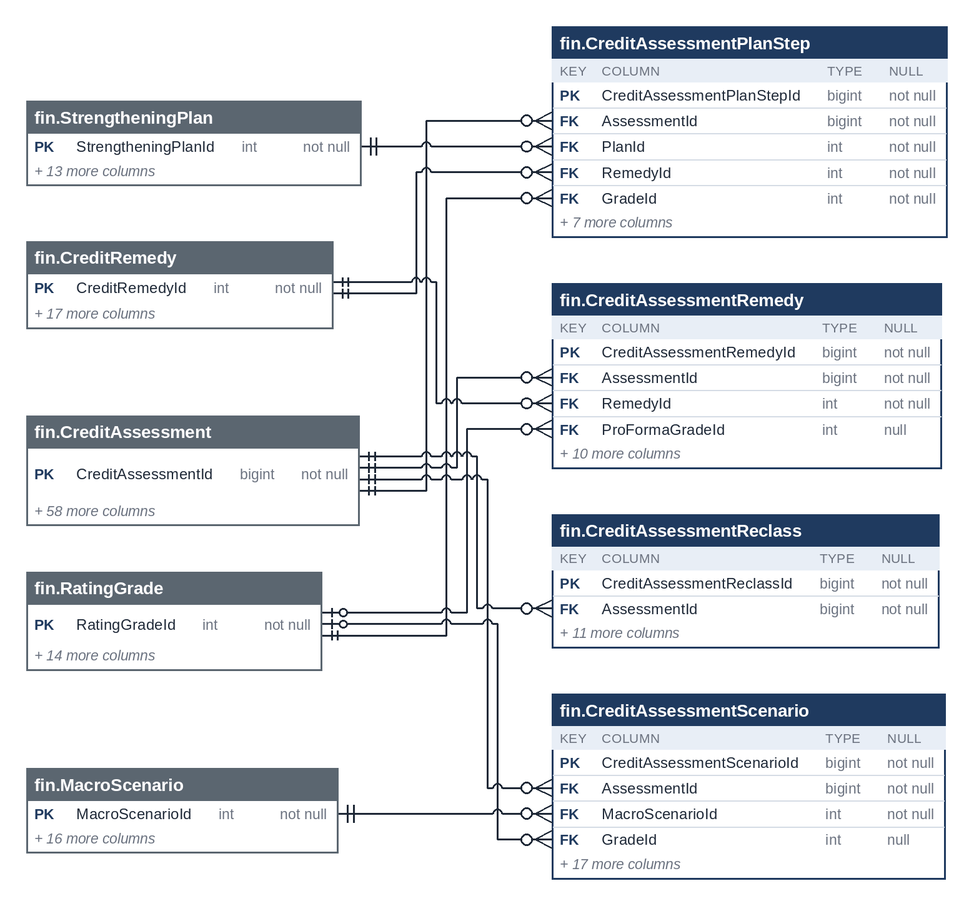
thawrasy/smartlines keeps this Mermaid diagram as treasury-platform/docs/diagrams/erd-en/m5_financials_10.png. Above is the earlier version. Its source is kept beside it as treasury-platform/docs/diagrams/erd/m5_financials_10.mmd.
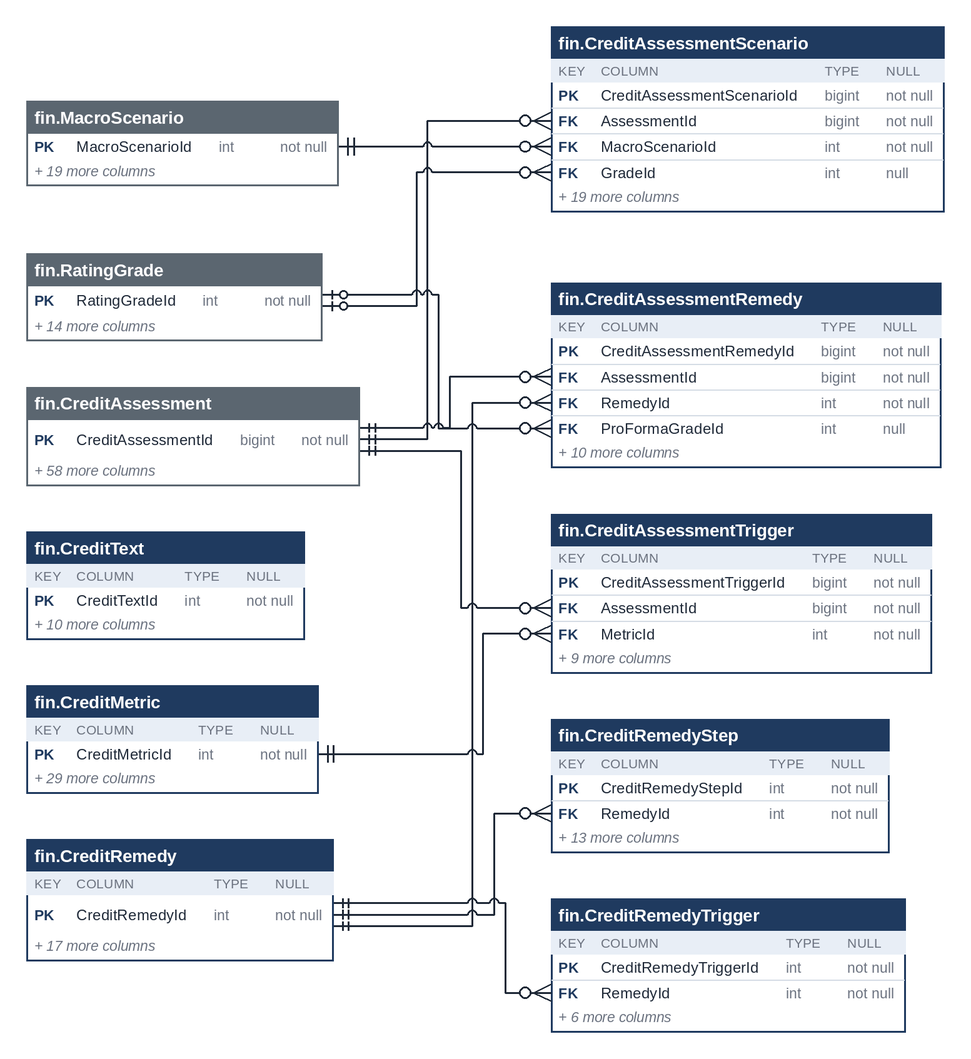
The same diagram one commit later.

Diff of the diagram source:
```diff
@@ -1,4 +1,7 @@
 erDiagram
+  fin_RiskAnchor["fin.RiskAnchor"] {
+    int RiskAnchorId PK
+  }
   fin_Scorecard["fin.Scorecard"] {
     int ScorecardId PK
     int CurrencyId FK
@@ -13,11 +16,5 @@
     int ScorecardId FK
     int MetricId FK
   }
-  fin_ScorecardMetric["fin.ScorecardMetric"] {
-    int ScorecardMetricId PK
-    int ScorecardId FK
-    int MetricId FK
-  }
   fin_Scorecard ||--o{ fin_ScorecardAdjustment : "ScorecardId"
   fin_Scorecard ||--o{ fin_ScorecardItemRule : "ScorecardId"
-  fin_Scorecard ||--o{ fin_ScorecardMetric : "ScorecardId"
```
